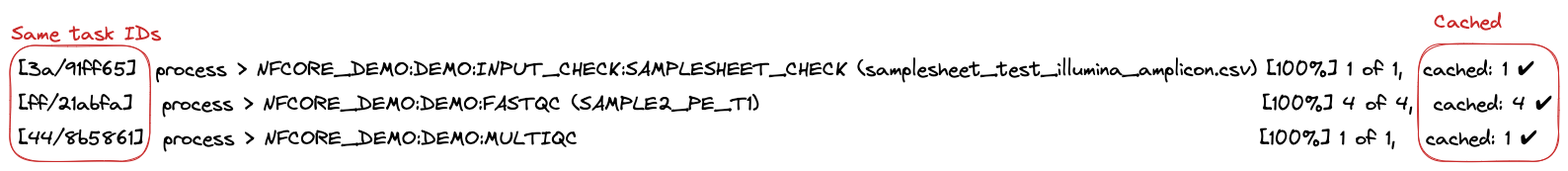
Earlier version of the Excalidraw export figs/1.1_demoresume.excalidraw.png (Sydney-Informatics-Hub/customising-nfcore-workshop). Source tidied: one line per element, renumbered; positions are measured from the earlier drawing's top-left corner, leaving out a move shared by most shapes.
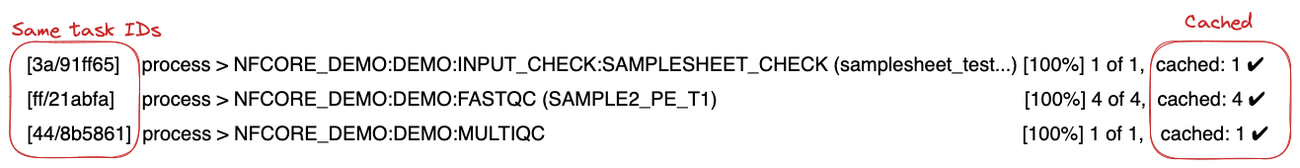
The same file after the commit.

Change to the diagram source:
```diff
@@ -1,7 +1,7 @@
-{"id": 0, "type": "text", "text": "[3a/91ff65]  process > NFCORE_DEMO:DEMO:INPUT_CHECK:SAMPLESHEET_CHECK (samplesheet_test_illumina_amplicon.csv) [100%] 1 of 1,  cached: 1 ✔", "strokeColor": "#000000", "strokeWidth": 1, "roughness": 1, "fontSize": 20, "fontFamily": 1, "x": 9, "y": 48, "width": 1535, "height": 25}
+{"id": 0, "type": "text", "text": "[3a/91ff65]    process > NFCORE_DEMO:DEMO:INPUT_CHECK:SAMPLESHEET_CHECK (samplesheet_test...) [100%] 1 of 1,  cached: 1 ✔", "strokeColor": "#000000", "strokeWidth": 1, "roughness": 1, "fontSize": 20, "fontFamily": 2, "x": 8, "y": 47, "width": 1253, "height": 23}
-{"id": 1, "type": "text", "text": "[ff/21abfa]   process > NFCORE_DEMO:DEMO:FASTQC (SAMPLE2_PE_T1)                                                   [100%] 4 of 4,  cached: 4 ✔", "strokeColor": "#000000", "strokeWidth": 1, "roughness": 1, "fontSize": 20, "fontFamily": 1, "x": 9, "y": 83, "width": 1553, "height": 25}
+{"id": 1, "type": "text", "text": "[ff/21abfa]     process > NFCORE_DEMO:DEMO:FASTQC (SAMPLE2_PE_T1)                                                        [100%] 4 of 4,  cached: 4 ✔", "strokeColor": "#000000", "strokeWidth": 1, "roughness": 1, "fontSize": 20, "fontFamily": 2, "x": 9, "y": 83, "width": 1254, "height": 23}
-{"id": 2, "type": "text", "text": "[44/8b5861]  process > NFCORE_DEMO:DEMO:MULTIQC                                                                     [100%] 1 of 1,   cached: 1 ✔", "strokeColor": "#000000", "strokeWidth": 1, "roughness": 1, "fontSize": 20, "fontFamily": 1, "x": 9, "y": 118, "width": 1538, "height": 25}
+{"id": 2, "type": "text", "text": "[44/8b5861]  process > NFCORE_DEMO:DEMO:MULTIQC                                                                                       [100%] 1 of 1,   cached: 1 ✔", "strokeColor": "#000000", "strokeWidth": 1, "roughness": 1, "fontSize": 20, "fontFamily": 2, "x": 9, "y": 118, "width": 1258, "height": 23}
-{"id": 3, "type": "rectangle", "strokeColor": "#c92a2a", "strokeWidth": 1, "roughness": 1, "round": true, "x": 1426, "y": 35, "width": 142, "height": 118}
+{"id": 3, "type": "rectangle", "strokeColor": "#c92a2a", "strokeWidth": 1, "roughness": 1, "round": true, "x": 1147, "y": 36, "width": 142, "height": 118}
-{"id": 4, "type": "text", "text": "Same task IDs", "strokeColor": "#c92a2a", "strokeWidth": 1, "roughness": 1, "fontSize": 20, "fontFamily": 1, "x": 2, "y": 12, "width": 152, "height": 25}
+{"id": 4, "type": "text", "text": "Same task IDs", "strokeColor": "#c92a2a", "strokeWidth": 1, "roughness": 1, "fontSize": 20, "fontFamily": 1, "x": -7, "y": 12, "width": 152, "height": 25}
-{"id": 5, "type": "text", "text": "Cached", "strokeColor": "#c92a2a", "strokeWidth": 1, "roughness": 1, "fontSize": 20, "fontFamily": 1, "x": 1442, "y": 0, "width": 68, "height": 25}
+{"id": 5, "type": "text", "text": "Cached", "strokeColor": "#c92a2a", "strokeWidth": 1, "roughness": 1, "fontSize": 20, "fontFamily": 1, "x": 1182, "y": 4, "width": 68, "height": 25}
-{"id": 6, "type": "rectangle", "strokeColor": "#c92a2a", "strokeWidth": 1, "roughness": 1, "round": true, "x": 0, "y": 36, "width": 142, "height": 117}
+{"id": 6, "type": "rectangle", "strokeColor": "#c92a2a", "strokeWidth": 1, "roughness": 1, "round": true, "x": -9, "y": 36, "width": 131, "height": 117}
```
